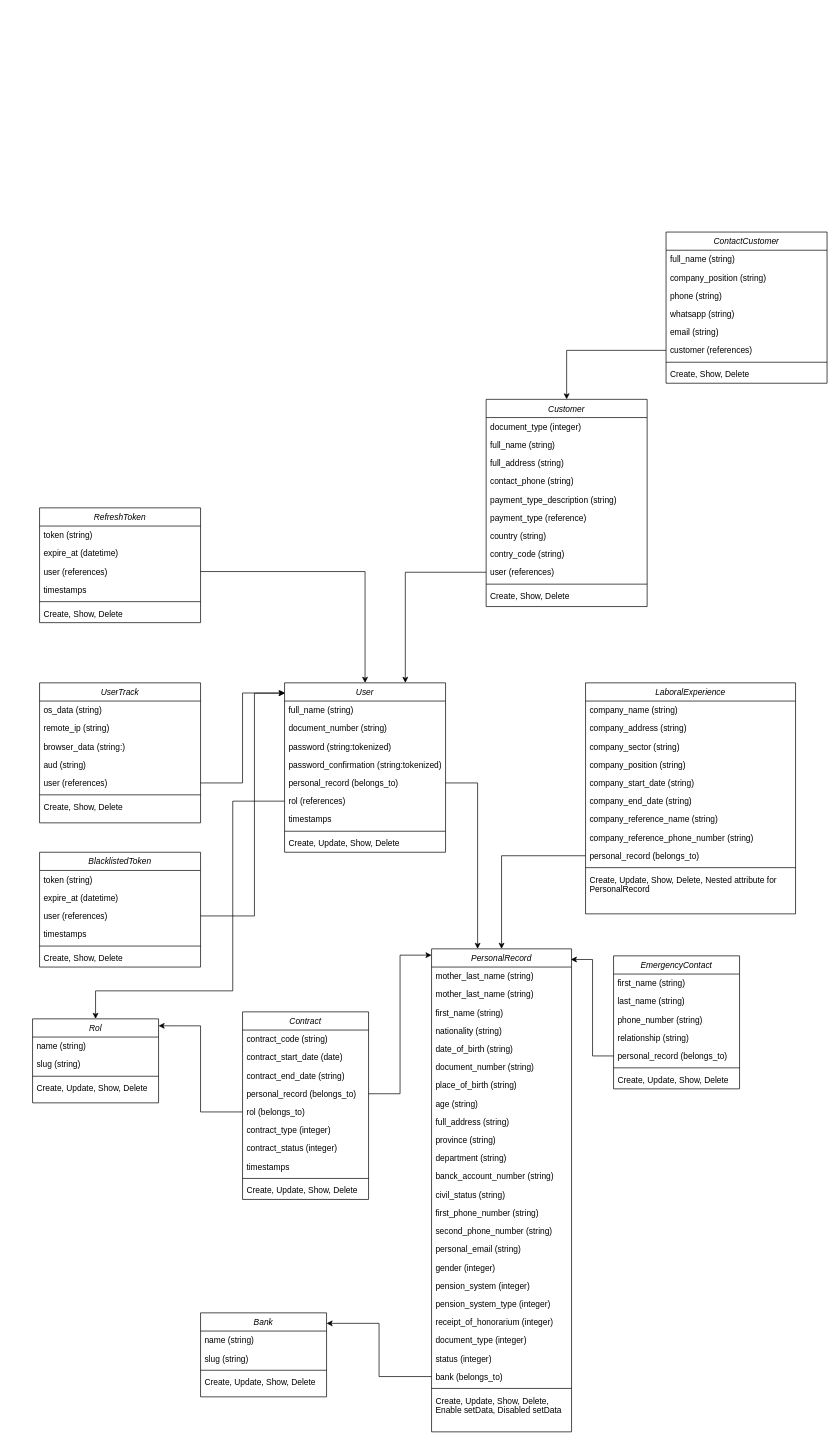
Above: Documentation/Diagrama de Clases.drawio in Agencia-Maki/Ayni (draw.io), before the change. Source tidied: cells renumbered, new cells numbered last; positions are measured from the earlier drawing's top-left corner, leaving out a move shared by most shapes. Both pictures are drawn from the tidied source at 70%, with x=0, y=0 at pixel (32, 232).
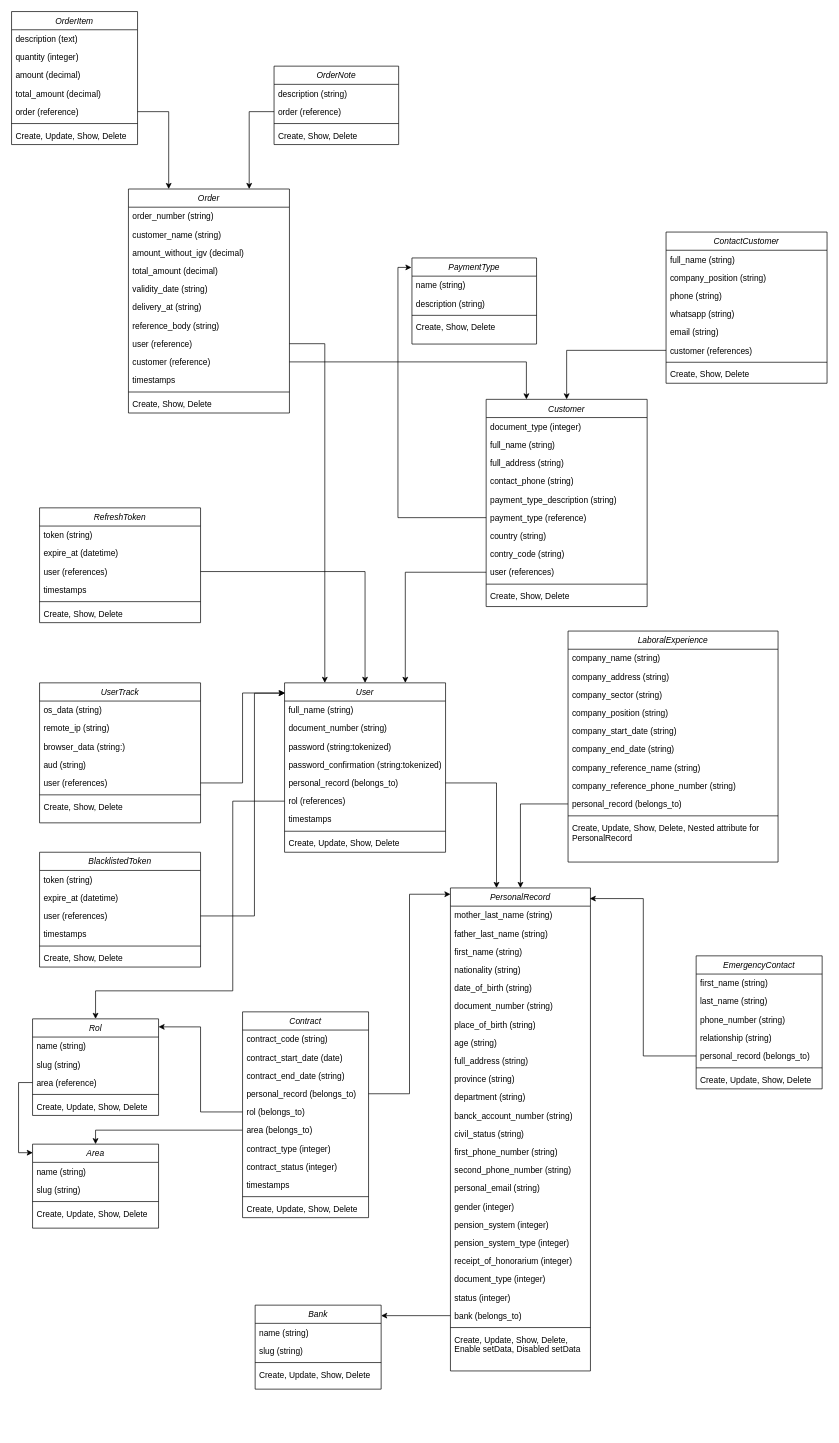
Above is the later version.

Commit message (it also covers changes not shown here):
update class diagram

Unchanged cells that the change refers to:
```xml
<mxCell id="74" value="User" style="swimlane;fontStyle=2;align=center;verticalAlign=top;horizontal=1;startSize=26;rounded=0;shadow=0;strokeWidth=1;" parent="1" vertex="1">
  <mxGeometry x="360" y="644" width="230" height="242" as="geometry" />
</mxCell>
<mxCell id="110" value="Customer" style="swimlane;fontStyle=2;align=center;verticalAlign=top;horizontal=1;startSize=26;rounded=0;shadow=0;strokeWidth=1;" parent="1" vertex="1">
  <mxGeometry x="648" y="239" width="230" height="296" as="geometry" />
</mxCell>
<mxCell id="116" value="payment_type (reference)" style="text;align=left;verticalAlign=top;spacingLeft=4;spacingRight=4;overflow=hidden;points=[[0,0.5],[1,0.5]];portConstraint=eastwest;" parent="110" vertex="1">
  <mxGeometry y="156" width="230" height="26" as="geometry" />
</mxCell>
```

Diff of the diagram source:
```diff
@@
     <mxCell id="2" value="Bank" style="swimlane;fontStyle=2;align=center;verticalAlign=top;horizontal=1;startSize=26;rounded=0;shadow=0;strokeWidth=1;" parent="1" vertex="1">
-      <mxGeometry x="240" y="1544" width="180" height="120" as="geometry" />
+      <mxGeometry x="318" y="1533" width="180" height="120" as="geometry" />
     </mxCell>
@@
     <mxCell id="7" value="PersonalRecord" style="swimlane;fontStyle=2;align=center;verticalAlign=top;horizontal=1;startSize=26;rounded=0;shadow=0;strokeWidth=1;" parent="1" vertex="1">
-      <mxGeometry x="570" y="1024" width="200" height="690" as="geometry" />
+      <mxGeometry x="597" y="937" width="200" height="690" as="geometry" />
     </mxCell>
@@
-    <mxCell id="9" value="mother_last_name (string)" style="text;align=left;verticalAlign=top;spacingLeft=4;spacingRight=4;overflow=hidden;" parent="7" vertex="1">
+    <mxCell id="9" value="father_last_name (string)" style="text;align=left;verticalAlign=top;spacingLeft=4;spacingRight=4;overflow=hidden;" parent="7" vertex="1">
       <mxGeometry y="52" width="200" height="26" as="geometry" />
     </mxCell>
@@
     <mxCell id="33" value="EmergencyContact" style="swimlane;fontStyle=2;align=center;verticalAlign=top;horizontal=1;startSize=26;rounded=0;shadow=0;strokeWidth=1;" parent="1" vertex="1">
-      <mxGeometry x="830" y="1034" width="180" height="190" as="geometry" />
+      <mxGeometry x="948" y="1034" width="180" height="190" as="geometry" />
     </mxCell>
@@
     <mxCell id="43" value="LaboralExperience" style="swimlane;fontStyle=2;align=center;verticalAlign=top;horizontal=1;startSize=26;rounded=0;shadow=0;strokeWidth=1;" parent="1" vertex="1">
-      <mxGeometry x="790" y="644" width="300" height="330" as="geometry" />
+      <mxGeometry x="765" y="570" width="300" height="330" as="geometry" />
     </mxCell>
@@
     <mxCell id="56" value="Rol" style="swimlane;fontStyle=2;align=center;verticalAlign=top;horizontal=1;startSize=26;rounded=0;shadow=0;strokeWidth=1;" parent="1" vertex="1">
-      <mxGeometry y="1124" width="180" height="120" as="geometry" />
+      <mxGeometry y="1124" width="180" height="138" as="geometry" />
     </mxCell>
@@
+    <mxCell id="134" value="area (reference)" style="text;align=left;verticalAlign=top;spacingLeft=4;spacingRight=4;overflow=hidden;points=[[0,0.5],[1,0.5]];portConstraint=eastwest;rounded=0;shadow=0;html=0;" parent="56" vertex="1">
+      <mxGeometry y="78" width="180" height="26" as="geometry" />
+    </mxCell>
     <mxCell id="59" style="line;html=1;strokeWidth=1;align=left;verticalAlign=middle;spacingTop=-1;spacingLeft=3;spacingRight=3;labelPosition=right;" parent="56" vertex="1">
-      <mxGeometry y="78" width="180" height="8" as="geometry" />
+      <mxGeometry y="104" width="180" height="8" as="geometry" />
     </mxCell>
     <mxCell id="60" value="Create, Update, Show, Delete" style="text;align=left;verticalAlign=top;spacingLeft=4;spacingRight=4;overflow=hidden;" parent="56" vertex="1">
-      <mxGeometry y="86" width="180" height="26" as="geometry" />
+      <mxGeometry y="112" width="180" height="26" as="geometry" />
     </mxCell>
     <mxCell id="61" value="Contract" style="swimlane;fontStyle=2;align=center;verticalAlign=top;horizontal=1;startSize=26;rounded=0;shadow=0;strokeWidth=1;" parent="1" vertex="1">
-      <mxGeometry x="300" y="1114" width="180" height="268" as="geometry" />
+      <mxGeometry x="300" y="1114" width="180" height="294" as="geometry" />
     </mxCell>
@@
+    <mxCell id="135" value="area (belongs_to)" style="text;align=left;verticalAlign=top;spacingLeft=4;spacingRight=4;overflow=hidden;points=[[0,0.5],[1,0.5]];portConstraint=eastwest;rounded=0;shadow=0;html=0;" parent="61" vertex="1">
+      <mxGeometry y="156" width="180" height="26" as="geometry" />
+    </mxCell>
     <mxCell id="67" value="contract_type (integer)" style="text;align=left;verticalAlign=top;spacingLeft=4;spacingRight=4;overflow=hidden;" parent="61" vertex="1">
-      <mxGeometry y="156" width="180" height="26" as="geometry" />
+      <mxGeometry y="182" width="180" height="26" as="geometry" />
     </mxCell>
     <mxCell id="68" value="contract_status (integer)" style="text;align=left;verticalAlign=top;spacingLeft=4;spacingRight=4;overflow=hidden;rounded=0;shadow=0;html=0;" parent="61" vertex="1">
-      <mxGeometry y="182" width="180" height="26" as="geometry" />
+      <mxGeometry y="208" width="180" height="26" as="geometry" />
     </mxCell>
     <mxCell id="69" value="timestamps" style="text;align=left;verticalAlign=top;spacingLeft=4;spacingRight=4;overflow=hidden;rounded=0;shadow=0;html=0;" parent="61" vertex="1">
-      <mxGeometry y="208" width="180" height="26" as="geometry" />
+      <mxGeometry y="234" width="180" height="26" as="geometry" />
     </mxCell>
     <mxCell id="70" style="line;html=1;strokeWidth=1;align=left;verticalAlign=middle;spacingTop=-1;spacingLeft=3;spacingRight=3;labelPosition=right;" parent="61" vertex="1">
-      <mxGeometry y="234" width="180" height="8" as="geometry" />
+      <mxGeometry y="260" width="180" height="8" as="geometry" />
     </mxCell>
     <mxCell id="71" value="Create, Update, Show, Delete" style="text;align=left;verticalAlign=top;spacingLeft=4;spacingRight=4;overflow=hidden;" parent="61" vertex="1">
-      <mxGeometry y="242" width="180" height="26" as="geometry" />
+      <mxGeometry y="268" width="180" height="26" as="geometry" />
     </mxCell>
@@
+    <mxCell id="136" value="Order" style="swimlane;fontStyle=2;align=center;verticalAlign=top;horizontal=1;startSize=26;rounded=0;shadow=0;strokeWidth=1;" parent="1" vertex="1">
+      <mxGeometry x="137" y="-61.5" width="230" height="320" as="geometry" />
+    </mxCell>
+    <mxCell id="137" value="order_number (string)" style="text;align=left;verticalAlign=top;spacingLeft=4;spacingRight=4;overflow=hidden;rounded=0;shadow=0;html=0;" parent="136" vertex="1">
+      <mxGeometry y="26" width="230" height="26" as="geometry" />
+    </mxCell>
+    <mxCell id="138" value="customer_name (string)" style="text;align=left;verticalAlign=top;spacingLeft=4;spacingRight=4;overflow=hidden;" parent="136" vertex="1">
+      <mxGeometry y="52" width="230" height="26" as="geometry" />
+    </mxCell>
+    <mxCell id="139" value="amount_without_igv (decimal)" style="text;align=left;verticalAlign=top;spacingLeft=4;spacingRight=4;overflow=hidden;" parent="136" vertex="1">
+      <mxGeometry y="78" width="230" height="26" as="geometry" />
+    </mxCell>
+    <mxCell id="140" value="total_amount (decimal)" style="text;align=left;verticalAlign=top;spacingLeft=4;spacingRight=4;overflow=hidden;" parent="136" vertex="1">
+      <mxGeometry y="104" width="230" height="26" as="geometry" />
+    </mxCell>
+    <mxCell id="141" value="validity_date (string)" style="text;align=left;verticalAlign=top;spacingLeft=4;spacingRight=4;overflow=hidden;" parent="136" vertex="1">
+      <mxGeometry y="130" width="230" height="26" as="geometry" />
+    </mxCell>
+    <mxCell id="142" value="delivery_at (string)" style="text;align=left;verticalAlign=top;spacingLeft=4;spacingRight=4;overflow=hidden;" parent="136" vertex="1">
+      <mxGeometry y="156" width="230" height="26" as="geometry" />
+    </mxCell>
+    <mxCell id="143" value="reference_body (string)" style="text;align=left;verticalAlign=top;spacingLeft=4;spacingRight=4;overflow=hidden;" parent="136" vertex="1">
+      <mxGeometry y="182" width="230" height="26" as="geometry" />
+    </mxCell>
+    <mxCell id="144" value="user (reference)" style="text;align=left;verticalAlign=top;spacingLeft=4;spacingRight=4;overflow=hidden;points=[[0,0.5],[1,0.5]];portConstraint=eastwest;" parent="136" vertex="1">
+      <mxGeometry y="208" width="230" height="26" as="geometry" />
+    </mxCell>
+    <mxCell id="145" value="customer (reference)" style="text;align=left;verticalAlign=top;spacingLeft=4;spacingRight=4;overflow=hidden;points=[[0,0.5],[1,0.5]];portConstraint=eastwest;" parent="136" vertex="1">
+      <mxGeometry y="234" width="230" height="26" as="geometry" />
+    </mxCell>
+    <mxCell id="146" value="timestamps" style="text;align=left;verticalAlign=top;spacingLeft=4;spacingRight=4;overflow=hidden;" parent="136" vertex="1">
+      <mxGeometry y="260" width="230" height="26" as="geometry" />
+    </mxCell>
+    <mxCell id="147" style="line;html=1;strokeWidth=1;align=left;verticalAlign=middle;spacingTop=-1;spacingLeft=3;spacingRight=3;labelPosition=right;" parent="136" vertex="1">
+      <mxGeometry y="286" width="230" height="8" as="geometry" />
+    </mxCell>
+    <mxCell id="148" value="Create, Show, Delete" style="text;align=left;verticalAlign=top;spacingLeft=4;spacingRight=4;overflow=hidden;" parent="136" vertex="1">
+      <mxGeometry y="294" width="230" height="26" as="geometry" />
+    </mxCell>
+    <mxCell id="149" value="PaymentType" style="swimlane;fontStyle=2;align=center;verticalAlign=top;horizontal=1;startSize=26;rounded=0;shadow=0;strokeWidth=1;" parent="1" vertex="1">
+      <mxGeometry x="542" y="37" width="178" height="123" as="geometry" />
+    </mxCell>
+    <mxCell id="150" value="name (string)" style="text;align=left;verticalAlign=top;spacingLeft=4;spacingRight=4;overflow=hidden;" parent="149" vertex="1">
+      <mxGeometry y="26" width="178" height="26" as="geometry" />
+    </mxCell>
+    <mxCell id="151" value="description (string)" style="text;align=left;verticalAlign=top;spacingLeft=4;spacingRight=4;overflow=hidden;rounded=0;shadow=0;html=0;" parent="149" vertex="1">
+      <mxGeometry y="52" width="178" height="26" as="geometry" />
+    </mxCell>
+    <mxCell id="152" style="line;html=1;strokeWidth=1;align=left;verticalAlign=middle;spacingTop=-1;spacingLeft=3;spacingRight=3;labelPosition=right;" parent="149" vertex="1">
+      <mxGeometry y="78" width="178" height="8" as="geometry" />
+    </mxCell>
+    <mxCell id="153" value="Create, Show, Delete" style="text;align=left;verticalAlign=top;spacingLeft=4;spacingRight=4;overflow=hidden;" parent="149" vertex="1">
+      <mxGeometry y="86" width="178" height="26" as="geometry" />
+    </mxCell>
+    <mxCell id="154" style="edgeStyle=orthogonalEdgeStyle;rounded=0;jettySize=auto;html=1;exitX=0;exitY=0.5;exitDx=0;exitDy=0;entryX=-0.004;entryY=0.11;entryDx=0;entryDy=0;entryPerimeter=0;" parent="1" edge="1" source="116" target="149">
+      <mxGeometry relative="1" as="geometry" />
+    </mxCell>
+    <mxCell id="155" value="Area" style="swimlane;fontStyle=2;align=center;verticalAlign=top;horizontal=1;startSize=26;rounded=0;shadow=0;strokeWidth=1;" parent="1" vertex="1">
+      <mxGeometry y="1303" width="180" height="120" as="geometry" />
+    </mxCell>
+    <mxCell id="156" value="name (string)" style="text;align=left;verticalAlign=top;spacingLeft=4;spacingRight=4;overflow=hidden;" parent="155" vertex="1">
+      <mxGeometry y="26" width="180" height="26" as="geometry" />
+    </mxCell>
+    <mxCell id="157" value="slug (string)" style="text;align=left;verticalAlign=top;spacingLeft=4;spacingRight=4;overflow=hidden;rounded=0;shadow=0;html=0;" parent="155" vertex="1">
+      <mxGeometry y="52" width="180" height="26" as="geometry" />
+    </mxCell>
+    <mxCell id="158" style="line;html=1;strokeWidth=1;align=left;verticalAlign=middle;spacingTop=-1;spacingLeft=3;spacingRight=3;labelPosition=right;" parent="155" vertex="1">
+      <mxGeometry y="78" width="180" height="8" as="geometry" />
+    </mxCell>
+    <mxCell id="159" value="Create, Update, Show, Delete" style="text;align=left;verticalAlign=top;spacingLeft=4;spacingRight=4;overflow=hidden;" parent="155" vertex="1">
+      <mxGeometry y="86" width="180" height="26" as="geometry" />
+    </mxCell>
+    <mxCell id="160" style="edgeStyle=orthogonalEdgeStyle;rounded=0;jettySize=auto;html=1;exitX=0;exitY=0.5;exitDx=0;exitDy=0;entryX=0.002;entryY=0.102;entryDx=0;entryDy=0;entryPerimeter=0;" parent="1" edge="1" source="134" target="155">
+      <mxGeometry relative="1" as="geometry" />
+    </mxCell>
+    <mxCell id="161" style="edgeStyle=orthogonalEdgeStyle;rounded=0;jettySize=auto;html=1;exitX=1;exitY=0.5;exitDx=0;exitDy=0;entryX=0.25;entryY=0;entryDx=0;entryDy=0;" parent="1" edge="1" source="144" target="74">
+      <mxGeometry relative="1" as="geometry" />
+    </mxCell>
+    <mxCell id="162" style="edgeStyle=orthogonalEdgeStyle;rounded=0;jettySize=auto;html=1;exitX=1;exitY=0.5;exitDx=0;exitDy=0;entryX=0.25;entryY=0;entryDx=0;entryDy=0;" parent="1" edge="1" source="145" target="110">
+      <mxGeometry relative="1" as="geometry" />
+    </mxCell>
+    <mxCell id="163" value="OrderItem" style="swimlane;fontStyle=2;align=center;verticalAlign=top;horizontal=1;startSize=26;rounded=0;shadow=0;strokeWidth=1;" parent="1" vertex="1">
+      <mxGeometry x="-30" y="-315" width="180" height="190" as="geometry" />
+    </mxCell>
+    <mxCell id="164" value="description (text)" style="text;align=left;verticalAlign=top;spacingLeft=4;spacingRight=4;overflow=hidden;" parent="163" vertex="1">
+      <mxGeometry y="26" width="180" height="26" as="geometry" />
+    </mxCell>
+    <mxCell id="165" value="quantity (integer)" style="text;align=left;verticalAlign=top;spacingLeft=4;spacingRight=4;overflow=hidden;rounded=0;shadow=0;html=0;" parent="163" vertex="1">
+      <mxGeometry y="52" width="180" height="26" as="geometry" />
+    </mxCell>
+    <mxCell id="166" value="amount (decimal)" style="text;align=left;verticalAlign=top;spacingLeft=4;spacingRight=4;overflow=hidden;rounded=0;shadow=0;html=0;" parent="163" vertex="1">
+      <mxGeometry y="78" width="180" height="26" as="geometry" />
+    </mxCell>
+    <mxCell id="167" value="total_amount (decimal)" style="text;align=left;verticalAlign=top;spacingLeft=4;spacingRight=4;overflow=hidden;rounded=0;shadow=0;html=0;" parent="163" vertex="1">
+      <mxGeometry y="104" width="180" height="26" as="geometry" />
+    </mxCell>
+    <mxCell id="168" value="order (reference)" style="text;align=left;verticalAlign=top;spacingLeft=4;spacingRight=4;overflow=hidden;points=[[0,0.5],[1,0.5]];portConstraint=eastwest;rounded=0;shadow=0;html=0;" parent="163" vertex="1">
+      <mxGeometry y="130" width="180" height="26" as="geometry" />
+    </mxCell>
+    <mxCell id="169" style="line;html=1;strokeWidth=1;align=left;verticalAlign=middle;spacingTop=-1;spacingLeft=3;spacingRight=3;labelPosition=right;" parent="163" vertex="1">
+      <mxGeometry y="156" width="180" height="8" as="geometry" />
+    </mxCell>
+    <mxCell id="170" value="Create, Update, Show, Delete" style="text;align=left;verticalAlign=top;spacingLeft=4;spacingRight=4;overflow=hidden;" parent="163" vertex="1">
+      <mxGeometry y="164" width="180" height="26" as="geometry" />
+    </mxCell>
+    <mxCell id="171" style="edgeStyle=orthogonalEdgeStyle;rounded=0;jettySize=auto;html=1;exitX=1;exitY=0.5;exitDx=0;exitDy=0;entryX=0.25;entryY=0;entryDx=0;entryDy=0;" parent="1" edge="1" source="168" target="136">
+      <mxGeometry relative="1" as="geometry" />
+    </mxCell>
+    <mxCell id="172" value="OrderNote" style="swimlane;fontStyle=2;align=center;verticalAlign=top;horizontal=1;startSize=26;rounded=0;shadow=0;strokeWidth=1;" parent="1" vertex="1">
+      <mxGeometry x="345" y="-237" width="178" height="112" as="geometry" />
+    </mxCell>
+    <mxCell id="173" value="description (string)" style="text;align=left;verticalAlign=top;spacingLeft=4;spacingRight=4;overflow=hidden;" parent="172" vertex="1">
+      <mxGeometry y="26" width="178" height="26" as="geometry" />
+    </mxCell>
+    <mxCell id="174" value="order (reference)" style="text;align=left;verticalAlign=top;spacingLeft=4;spacingRight=4;overflow=hidden;points=[[0,0.5],[1,0.5]];portConstraint=eastwest;" parent="172" vertex="1">
+      <mxGeometry y="52" width="178" height="26" as="geometry" />
+    </mxCell>
+    <mxCell id="175" style="line;html=1;strokeWidth=1;align=left;verticalAlign=middle;spacingTop=-1;spacingLeft=3;spacingRight=3;labelPosition=right;" parent="172" vertex="1">
+      <mxGeometry y="78" width="178" height="8" as="geometry" />
+    </mxCell>
+    <mxCell id="176" value="Create, Show, Delete" style="text;align=left;verticalAlign=top;spacingLeft=4;spacingRight=4;overflow=hidden;" parent="172" vertex="1">
+      <mxGeometry y="86" width="178" height="26" as="geometry" />
+    </mxCell>
+    <mxCell id="177" style="edgeStyle=orthogonalEdgeStyle;rounded=0;jettySize=auto;html=1;exitX=0;exitY=0.5;exitDx=0;exitDy=0;entryX=0.75;entryY=0;entryDx=0;entryDy=0;" parent="1" edge="1" source="174" target="136">
+      <mxGeometry relative="1" as="geometry" />
+    </mxCell>
+    <mxCell id="178" style="edgeStyle=orthogonalEdgeStyle;rounded=0;jettySize=auto;html=1;exitX=0;exitY=0.5;exitDx=0;exitDy=0;" parent="1" edge="1" source="135" target="155">
+      <mxGeometry relative="1" as="geometry" />
+    </mxCell>
```
